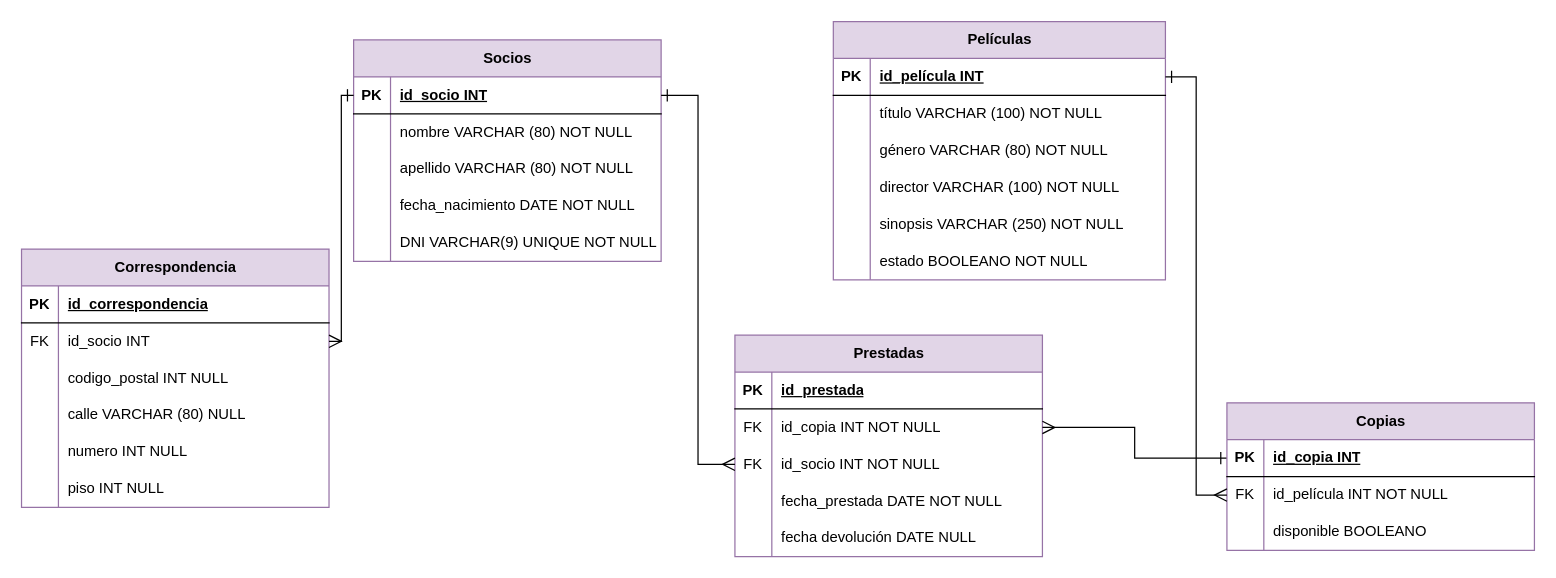
The draw.io diagram practica-modelado-de-datos-sql.drawio in saraestefaniam/practica-modelado-de-datos-sql, before the edit. Source tidied: cells renumbered, new cells numbered last; positions are measured from the earlier drawing's top-left corner, leaving out a move shared by most shapes. Both pictures are drawn from the tidied source at 123%, with x=0, y=0 at pixel (21, 21).
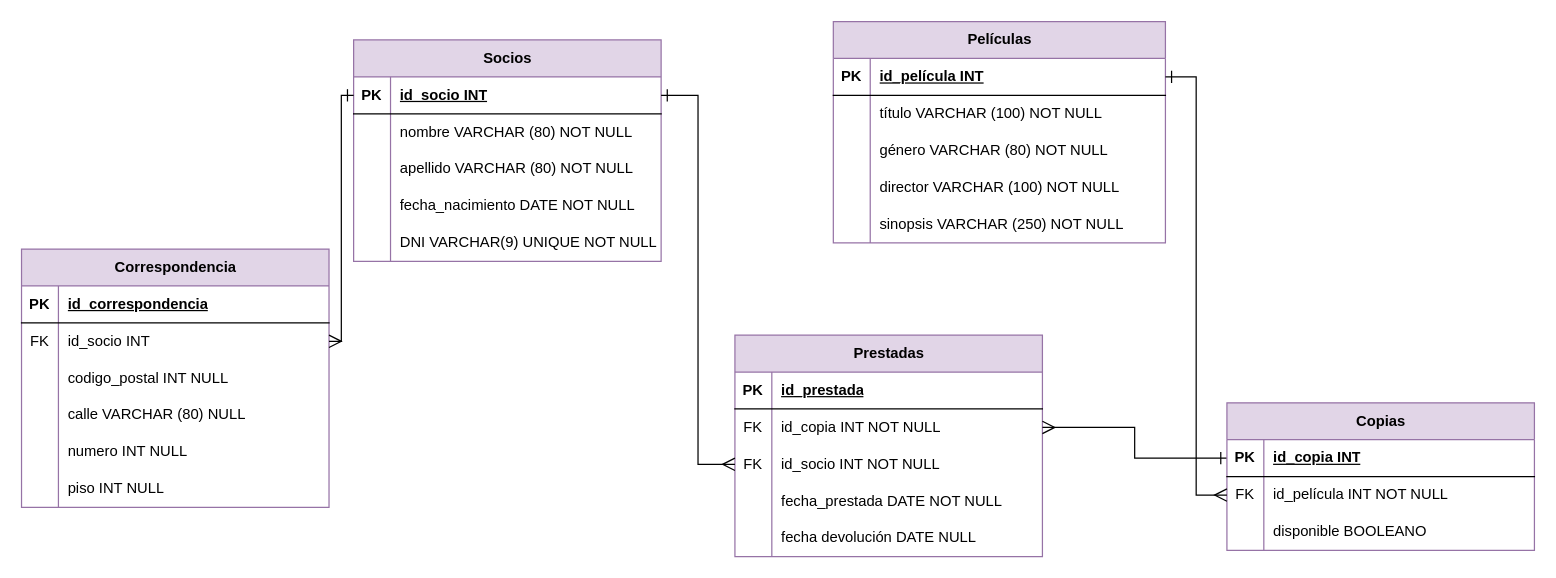
The same diagram, later.

Commit message:
Diagrama de nuevo. Leve ajuste (un atributo que estaba de más)

What changed in the source:
```diff
@@
     <mxCell id="18" value="Películas" style="shape=table;startSize=30;childLayout=tableLayout;rowLines=0;fontStyle=1;align=center;html=1;fillColor=#e1d5e7;strokeColor=#9673a6;" parent="1" vertex="1">
-      <mxGeometry x="660" width="270" height="210" as="geometry" />
+      <mxGeometry x="660" width="270" height="180" as="geometry" />
     </mxCell>
@@
-    <mxCell id="34" style="shape=tableRow;horizontal=0;startSize=0;swimlaneHead=0;swimlaneBody=0;fillColor=none;top=0;left=0;right=0;bottom=0;" parent="18" vertex="1">
-      <mxGeometry y="180" width="270" height="30" as="geometry" />
-    </mxCell>
-    <mxCell id="35" style="shape=partialRectangle;fillColor=none;top=0;left=0;bottom=0;right=0;overflow=hidden;whiteSpace=wrap;html=1;" parent="34" vertex="1">
-      <mxGeometry width="30" height="30" as="geometry" />
-    </mxCell>
-    <mxCell id="36" value="estado BOOLEANO NOT NULL" style="shape=partialRectangle;fillColor=none;top=0;left=0;bottom=0;right=0;align=left;spacingLeft=6;overflow=hidden;whiteSpace=wrap;html=1;" parent="34" vertex="1">
-      <mxGeometry x="30" width="240" height="30" as="geometry" />
-    </mxCell>
```
